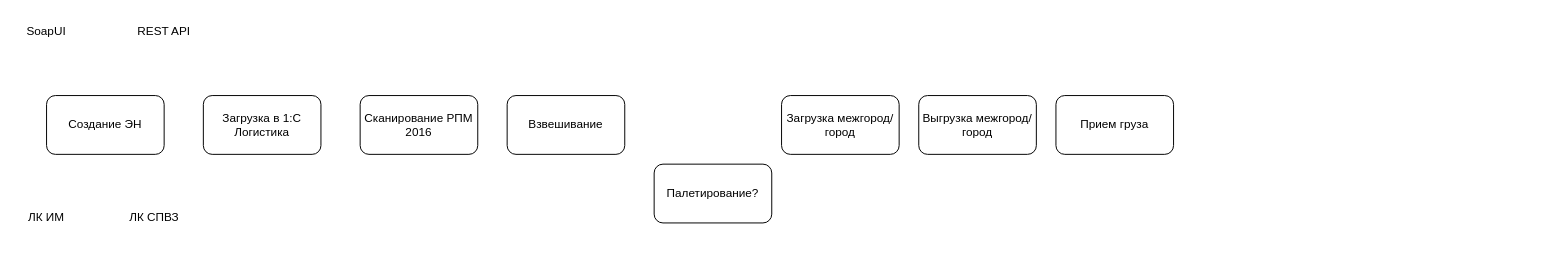
This is Диаграмма без названия.drawio from FoggyDisaster/BusinestAnalystDraw, a draw.io file, before an edit. Source tidied: cells renumbered, new cells numbered last; positions are measured from the earlier drawing's top-left corner, leaving out a move shared by most shapes. Both pictures are drawn from the tidied source at 98%, with x=0, y=0 at pixel (17, 17).
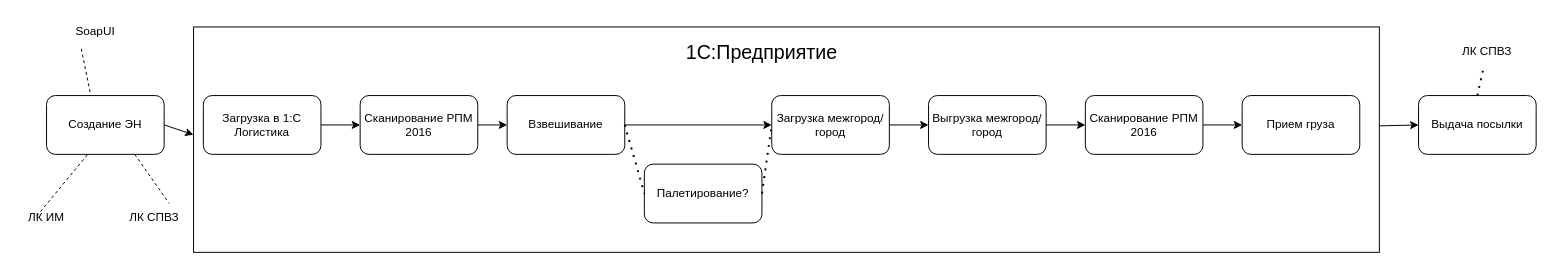
The same diagram, later.

Unchanged cells that the change refers to:
```xml
<mxCell id="2" value="Создание ЭН" style="rounded=1;whiteSpace=wrap;html=1;" parent="1" vertex="1">
  <mxGeometry x="30" y="80" width="120" height="60" as="geometry" />
</mxCell>
<mxCell id="6" value="ЛК СПВЗ" style="text;html=1;align=center;verticalAlign=middle;whiteSpace=wrap;rounded=0;" parent="1" vertex="1">
  <mxGeometry x="110" y="190" width="60" height="30" as="geometry" />
</mxCell>
<mxCell id="7" value="Загрузка в 1:С Логистика" style="rounded=1;whiteSpace=wrap;html=1;" parent="1" vertex="1">
  <mxGeometry x="190" y="80" width="120" height="60" as="geometry" />
</mxCell>
<mxCell id="8" value="Сканирование РПМ 2016" style="rounded=1;whiteSpace=wrap;html=1;" parent="1" vertex="1">
  <mxGeometry x="350" y="80" width="120" height="60" as="geometry" />
</mxCell>
<mxCell id="11" value="Взвешивание" style="rounded=1;whiteSpace=wrap;html=1;" parent="1" vertex="1">
  <mxGeometry x="500" y="80" width="120" height="60" as="geometry" />
</mxCell>
```

The edit, as a diff of the source:
```diff
@@
     <mxCell id="3" value="SoapUI" style="text;html=1;align=center;verticalAlign=middle;whiteSpace=wrap;rounded=0;" parent="1" vertex="1">
-      <mxGeometry width="60" height="30" as="geometry" />
+      <mxGeometry x="50" width="60" height="30" as="geometry" />
     </mxCell>
-    <mxCell id="4" value="REST API" style="text;html=1;align=center;verticalAlign=middle;whiteSpace=wrap;rounded=0;" parent="1" vertex="1">
-      <mxGeometry x="120" width="60" height="30" as="geometry" />
-    </mxCell>
@@
     <mxCell id="9" value="Загрузка межгород/город" style="rounded=1;whiteSpace=wrap;html=1;" parent="1" vertex="1">
-      <mxGeometry x="780" y="80" width="120" height="60" as="geometry" />
+      <mxGeometry x="770" y="80" width="120" height="60" as="geometry" />
     </mxCell>
     <mxCell id="10" value="Прием груза" style="rounded=1;whiteSpace=wrap;html=1;" parent="1" vertex="1">
-      <mxGeometry x="1060" y="80" width="120" height="60" as="geometry" />
+      <mxGeometry x="1250" y="80" width="120" height="60" as="geometry" />
     </mxCell>
@@
     <mxCell id="12" value="Выгрузка межгород/город" style="rounded=1;whiteSpace=wrap;html=1;" parent="1" vertex="1">
-      <mxGeometry x="920" y="80" width="120" height="60" as="geometry" />
+      <mxGeometry x="930" y="80" width="120" height="60" as="geometry" />
     </mxCell>
     <mxCell id="13" value="Палетирование?" style="rounded=1;whiteSpace=wrap;html=1;" parent="1" vertex="1">
-      <mxGeometry x="650" y="150" width="120" height="60" as="geometry" />
+      <mxGeometry x="640" y="150" width="120" height="60" as="geometry" />
     </mxCell>
+    <mxCell id="14" style="endArrow=none;dashed=1;html=1;rounded=0;exitX=0.37;exitY=-0.06;exitDx=0;exitDy=0;exitPerimeter=0;entryX=0.25;entryY=1;entryDx=0;entryDy=0;" parent="1" edge="1" source="2" target="3">
+      <mxGeometry relative="1" as="geometry" />
+    </mxCell>
+    <mxCell id="15" style="endArrow=none;dashed=1;html=1;rounded=0;exitX=0.57;exitY=0.047;exitDx=0;exitDy=0;exitPerimeter=0;" parent="1" edge="1">
+      <mxGeometry relative="1" as="geometry">
+        <mxPoint x="20" y="203" as="sourcePoint" />
+        <mxPoint x="72" y="140" as="targetPoint" />
+      </mxGeometry>
+    </mxCell>
+    <mxCell id="16" style="endArrow=none;dashed=1;html=1;rounded=0;exitX=0.75;exitY=1;exitDx=0;exitDy=0;entryX=0.75;entryY=0;entryDx=0;entryDy=0;" parent="1" edge="1" source="2" target="6">
+      <mxGeometry relative="1" as="geometry" />
+    </mxCell>
+    <mxCell id="17" style="endArrow=classic;html=1;rounded=0;exitX=1;exitY=0.5;exitDx=0;exitDy=0;entryX=0;entryY=0.478;entryDx=0;entryDy=0;entryPerimeter=0;" parent="1" edge="1" source="2" target="27">
+      <mxGeometry relative="1" as="geometry" />
+    </mxCell>
+    <mxCell id="18" style="endArrow=classic;html=1;rounded=0;exitX=1;exitY=0.5;exitDx=0;exitDy=0;entryX=0;entryY=0.5;entryDx=0;entryDy=0;" parent="1" edge="1" source="7" target="8">
+      <mxGeometry relative="1" as="geometry" />
+    </mxCell>
+    <mxCell id="19" style="endArrow=classic;html=1;rounded=0;entryX=0;entryY=0.5;entryDx=0;entryDy=0;" parent="1" edge="1" target="11">
+      <mxGeometry relative="1" as="geometry">
+        <mxPoint x="470" y="110" as="sourcePoint" />
+      </mxGeometry>
+    </mxCell>
+    <mxCell id="20" style="endArrow=none;dashed=1;html=1;dashPattern=1 3;strokeWidth=2;rounded=0;entryX=0;entryY=0.5;entryDx=0;entryDy=0;exitX=1;exitY=0.5;exitDx=0;exitDy=0;" parent="1" edge="1" source="11" target="13">
+      <mxGeometry relative="1" as="geometry" />
+    </mxCell>
+    <mxCell id="21" style="endArrow=classic;html=1;rounded=0;entryX=0;entryY=0.5;entryDx=0;entryDy=0;" parent="1" edge="1" target="9">
+      <mxGeometry relative="1" as="geometry">
+        <mxPoint x="620" y="110" as="sourcePoint" />
+      </mxGeometry>
+    </mxCell>
+    <mxCell id="22" style="endArrow=classic;html=1;rounded=0;entryX=0;entryY=0.5;entryDx=0;entryDy=0;exitX=1;exitY=0.5;exitDx=0;exitDy=0;" parent="1" edge="1" source="9" target="12">
+      <mxGeometry relative="1" as="geometry" />
+    </mxCell>
+    <mxCell id="23" style="endArrow=classic;html=1;rounded=0;exitX=1;exitY=0.5;exitDx=0;exitDy=0;entryX=0;entryY=0.5;entryDx=0;entryDy=0;" parent="1" edge="1" source="26" target="10">
+      <mxGeometry relative="1" as="geometry" />
+    </mxCell>
+    <mxCell id="24" style="endArrow=none;dashed=1;html=1;dashPattern=1 3;strokeWidth=2;rounded=0;entryX=0;entryY=0.5;entryDx=0;entryDy=0;exitX=1;exitY=0.5;exitDx=0;exitDy=0;" parent="1" edge="1" source="13" target="9">
+      <mxGeometry relative="1" as="geometry" />
+    </mxCell>
+    <mxCell id="25" style="endArrow=classic;html=1;rounded=0;exitX=1;exitY=0.5;exitDx=0;exitDy=0;entryX=0;entryY=0.5;entryDx=0;entryDy=0;" parent="1" edge="1" source="12" target="26">
+      <mxGeometry relative="1" as="geometry" />
+    </mxCell>
+    <mxCell id="26" value="Сканирование РПМ 2016" style="rounded=1;whiteSpace=wrap;html=1;" parent="1" vertex="1">
+      <mxGeometry x="1090" y="80" width="120" height="60" as="geometry" />
+    </mxCell>
+    <mxCell id="27" style="rounded=0;whiteSpace=wrap;html=1;fillColor=none;" parent="1" vertex="1">
+      <mxGeometry x="180" y="10" width="1210" height="230" as="geometry" />
+    </mxCell>
+    <mxCell id="28" value="&lt;font style=&quot;font-size: 20px;&quot;&gt;1С:Предприятие&lt;/font&gt;" style="text;html=1;align=center;verticalAlign=middle;whiteSpace=wrap;rounded=0;strokeWidth=3;" parent="1" vertex="1">
+      <mxGeometry x="670" y="10" width="180" height="50" as="geometry" />
+    </mxCell>
+    <mxCell id="29" value="Выдача посылки" style="rounded=1;whiteSpace=wrap;html=1;" parent="1" vertex="1">
+      <mxGeometry x="1430" y="80" width="120" height="60" as="geometry" />
+    </mxCell>
+    <mxCell id="30" value="ЛК СПВЗ" style="text;html=1;align=center;verticalAlign=middle;whiteSpace=wrap;rounded=0;" parent="1" vertex="1">
+      <mxGeometry x="1470" y="20" width="60" height="30" as="geometry" />
+    </mxCell>
+    <mxCell id="31" style="endArrow=none;dashed=1;html=1;dashPattern=1 3;strokeWidth=2;rounded=0;exitX=0.5;exitY=0;exitDx=0;exitDy=0;" parent="1" edge="1" source="29" target="30">
+      <mxGeometry relative="1" as="geometry" />
+    </mxCell>
+    <mxCell id="32" style="endArrow=classic;html=1;rounded=0;entryX=0;entryY=0.5;entryDx=0;entryDy=0;" parent="1" edge="1" source="27" target="29">
+      <mxGeometry relative="1" as="geometry" />
+    </mxCell>
```
